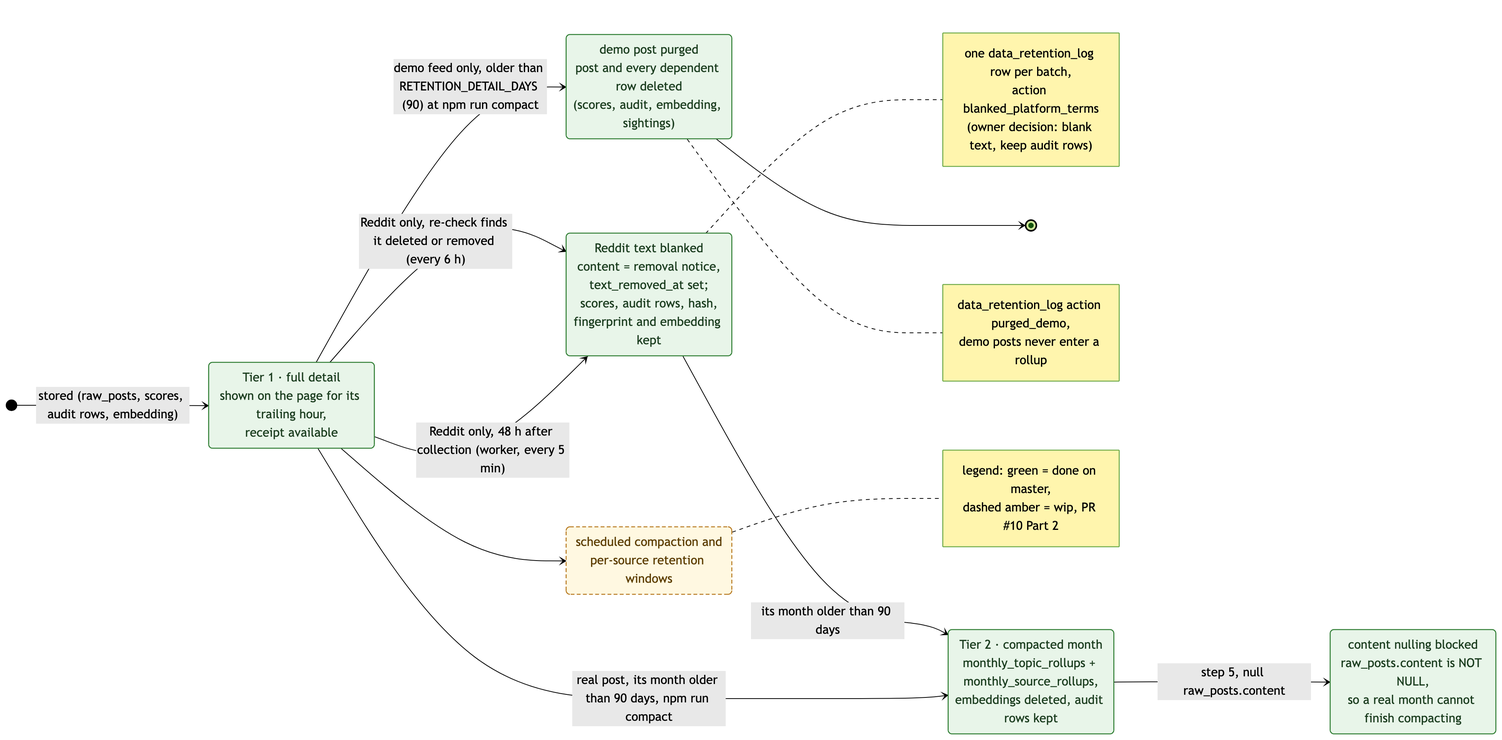
jennifer-mckinney/pulse-of-ai keeps this Mermaid diagram as docs/diagrams/states/retention-lifecycle.png. Above is the earlier version. Its source is kept beside it as docs/diagrams/states/retention-lifecycle.mmd.
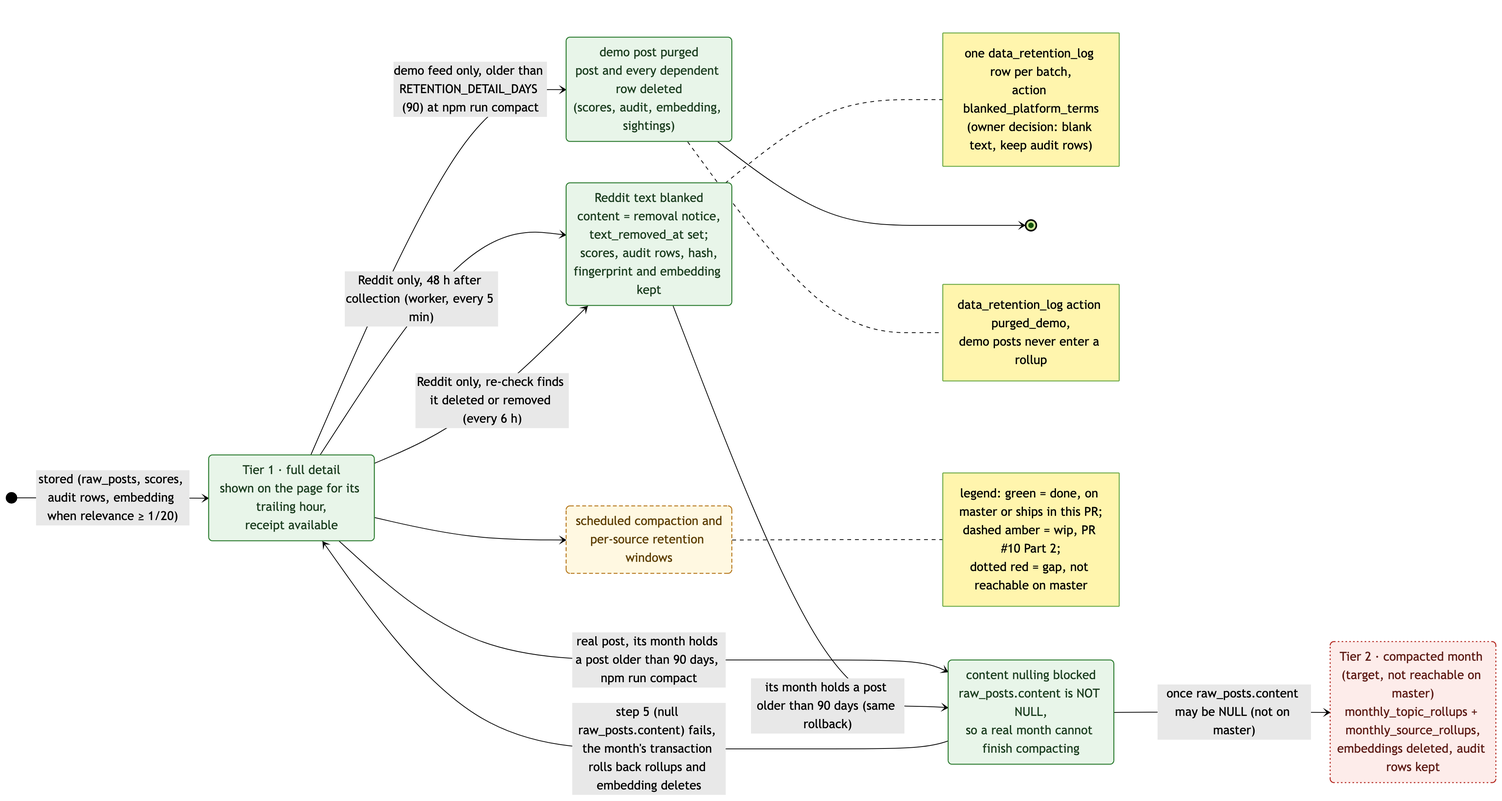
After the change.

The edit, as a diff of the source:
```diff
@@ -1,21 +1,22 @@
 stateDiagram-v2
   direction LR
 
-  [*] --> detail : stored (raw_posts, scores, audit rows, embedding)
+  [*] --> detail : stored (raw_posts, scores, audit rows, embedding when relevance ≥ 1/20)
 
   state "Tier 1 · full detail<br/>shown on the page for its trailing hour,<br/>receipt available" as detail
   state "Reddit text blanked<br/>content = removal notice,<br/>text_removed_at set;<br/>scores, audit rows, hash,<br/>fingerprint and embedding kept" as blanked
   state "demo post purged<br/>post and every dependent row deleted<br/>(scores, audit, embedding, sightings)" as purged
-  state "Tier 2 · compacted month<br/>monthly_topic_rollups + monthly_source_rollups,<br/>embeddings deleted, audit rows kept" as compacted
+  state "Tier 2 · compacted month (target, not reachable on master)<br/>monthly_topic_rollups + monthly_source_rollups,<br/>embeddings deleted, audit rows kept" as compacted
   state "content nulling blocked<br/>raw_posts.content is NOT NULL,<br/>so a real month cannot finish compacting" as blocked_null
   state "scheduled compaction and<br/>per-source retention windows" as wip_sched
 
   detail --> blanked : Reddit only, 48 h after collection (worker, every 5 min)
   detail --> blanked : Reddit only, re-check finds it deleted or removed (every 6 h)
   detail --> purged : demo feed only, older than RETENTION_DETAIL_DAYS (90) at npm run compact
-  detail --> compacted : real post, its month older than 90 days, npm run compact
-  compacted --> blocked_null : step 5, null raw_posts.content
-  blanked --> compacted : its month older than 90 days
+  detail --> blocked_null : real post, its month holds a post older than 90 days, npm run compact
+  blocked_null --> detail : step 5 (null raw_posts.content) fails, the month's transaction rolls back rollups and embedding deletes
+  blanked --> blocked_null : its month holds a post older than 90 days (same rollback)
+  blocked_null --> compacted : once raw_posts.content may be NULL (not on master)
   detail --> wip_sched
   purged --> [*]
 
@@ -30,11 +31,14 @@
   end note
 
   note right of wip_sched
-    legend: green = done on master,
-    dashed amber = wip, PR #10 Part 2
+    legend: green = done, on master or ships in this PR;
+    dashed amber = wip, PR #10 Part 2;
+    dotted red = gap, not reachable on master
   end note
 
   classDef done fill:#e8f5e9,stroke:#2e7d32,color:#1b3d1f
   classDef wip fill:#fff8e1,stroke:#b7791f,color:#5c3d00,stroke-dasharray:5 3
-  class detail, blanked, purged, compacted, blocked_null done
+  class detail, blanked, purged, blocked_null done
+  classDef gap fill:#fdecea,stroke:#b3261e,color:#5c1a14,stroke-dasharray:2 3
+  class compacted gap
   class wip_sched wip
```
